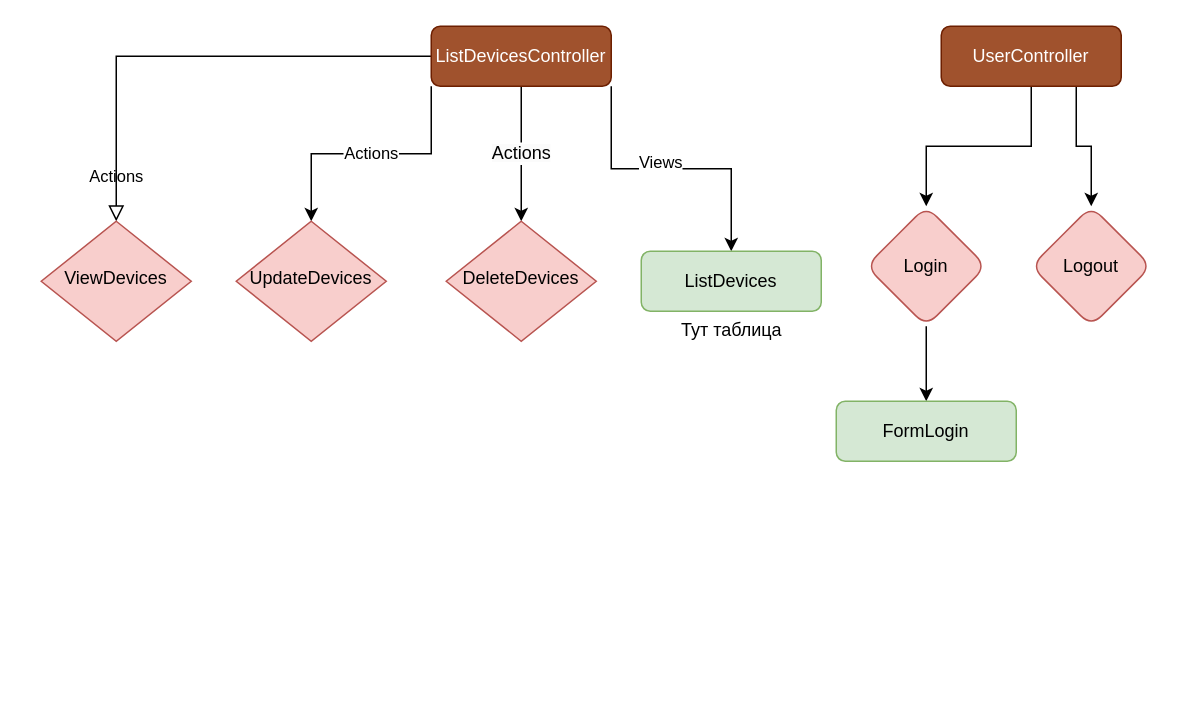
Before: Диаграмма без названия.drawio in MaximkaKrav/Yii-app, a draw.io diagram. Source tidied: cells renumbered, new cells numbered last; positions are measured from the earlier drawing's top-left corner, leaving out a move shared by most shapes. Both pictures are drawn from the tidied source at 150%, with x=0, y=0 at pixel (40, 26).
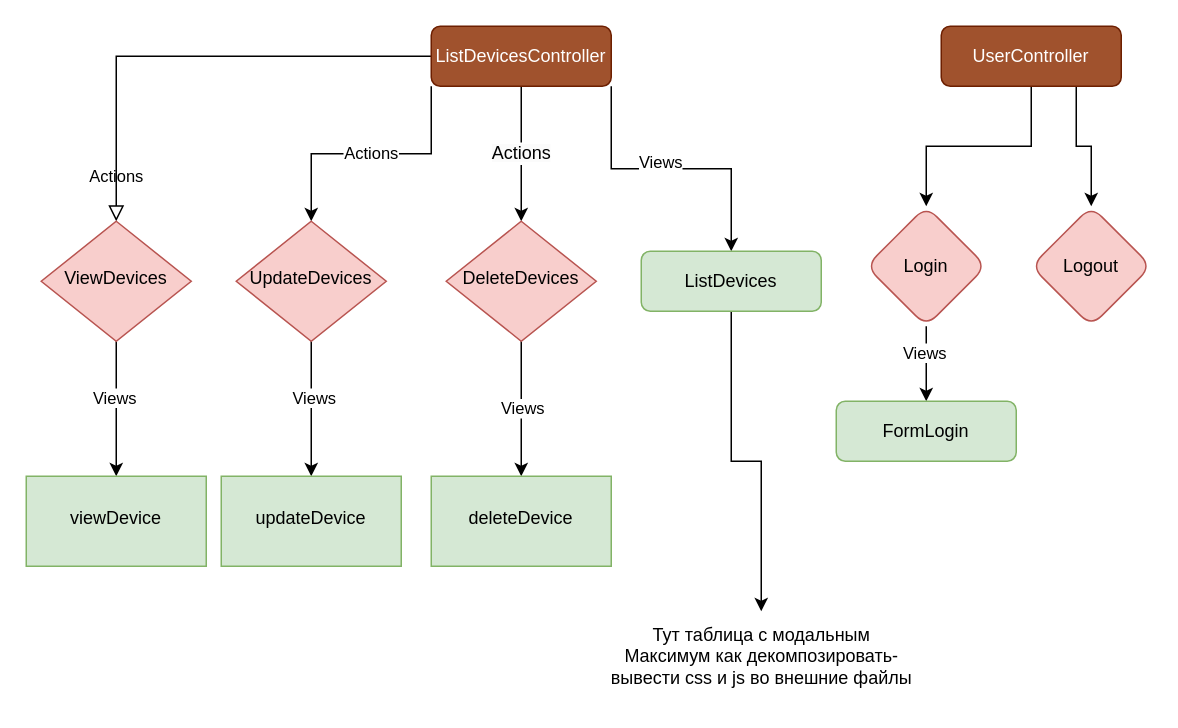
After the change.

Unchanged cells that the change refers to:
```xml
<mxCell id="8" value="ViewDevices" style="rhombus;whiteSpace=wrap;html=1;shadow=0;fontFamily=Helvetica;fontSize=12;align=center;strokeWidth=1;spacing=6;spacingTop=-4;fillColor=#f8cecc;strokeColor=#b85450;" parent="1" vertex="1">
  <mxGeometry y="130" width="100" height="80" as="geometry" />
</mxCell>
<mxCell id="9" value="ListDevices" style="rounded=1;whiteSpace=wrap;html=1;fontSize=12;glass=0;strokeWidth=1;shadow=0;fillColor=#d5e8d4;strokeColor=#82b366;" parent="1" vertex="1">
  <mxGeometry x="400" y="150" width="120" height="40" as="geometry" />
</mxCell>
<mxCell id="10" value="UpdateDevices" style="rhombus;whiteSpace=wrap;html=1;shadow=0;fontFamily=Helvetica;fontSize=12;align=center;strokeWidth=1;spacing=6;spacingTop=-4;fillColor=#f8cecc;strokeColor=#b85450;" parent="1" vertex="1">
  <mxGeometry x="130" y="130" width="100" height="80" as="geometry" />
</mxCell>
<mxCell id="11" value="DeleteDevices" style="rhombus;whiteSpace=wrap;html=1;shadow=0;fontFamily=Helvetica;fontSize=12;align=center;strokeWidth=1;spacing=6;spacingTop=-4;fillColor=#f8cecc;strokeColor=#b85450;" parent="1" vertex="1">
  <mxGeometry x="270" y="130" width="100" height="80" as="geometry" />
</mxCell>
<mxCell id="16" style="edgeStyle=orthogonalEdgeStyle;rounded=0;jettySize=auto;html=1;" parent="1" edge="1" source="17" target="19">
  <mxGeometry relative="1" as="geometry" />
</mxCell>
```

Change to the diagram source:
```diff
@@
+    <mxCell id="20" style="edgeStyle=orthogonalEdgeStyle;rounded=0;jettySize=auto;html=1;" parent="1" edge="1" source="8" target="27">
+      <mxGeometry relative="1" as="geometry" />
+    </mxCell>
+    <mxCell id="21" value="Views" style="edgeLabel;html=1;align=center;verticalAlign=middle;" parent="20" vertex="1">
+      <mxGeometry x="-0.18" y="-2" relative="1" as="geometry" />
+    </mxCell>
@@
+    <mxCell id="22" style="edgeStyle=orthogonalEdgeStyle;rounded=0;jettySize=auto;html=1;exitX=0.5;exitY=1;exitDx=0;exitDy=0;" parent="1" edge="1" source="9" target="12">
+      <mxGeometry relative="1" as="geometry" />
+    </mxCell>
@@
+    <mxCell id="23" style="edgeStyle=orthogonalEdgeStyle;rounded=0;jettySize=auto;html=1;" parent="1" edge="1" source="10" target="28">
+      <mxGeometry relative="1" as="geometry" />
+    </mxCell>
+    <mxCell id="24" value="Views" style="edgeLabel;html=1;align=center;verticalAlign=middle;" parent="23" vertex="1">
+      <mxGeometry x="-0.18" y="1" relative="1" as="geometry" />
+    </mxCell>
@@
+    <mxCell id="25" style="edgeStyle=orthogonalEdgeStyle;rounded=0;jettySize=auto;html=1;" parent="1" edge="1" source="11" target="29">
+      <mxGeometry relative="1" as="geometry" />
+    </mxCell>
@@
-    <mxCell id="12" value="Тут таблица&lt;br&gt;" style="text;html=1;align=center;verticalAlign=middle;points=[];strokeColor=none;fillColor=none;" parent="1" vertex="1">
-      <mxGeometry x="415" y="188" width="90" height="30" as="geometry" />
+    <mxCell id="12" value="Тут таблица c модальным&lt;br&gt;Максимум как декомпозировать-&lt;br&gt;вывести css и js во внешние файлы" style="text;html=1;align=center;verticalAlign=middle;points=[];strokeColor=none;fillColor=none;" parent="1" vertex="1">
+      <mxGeometry x="370" y="390" width="220" height="60" as="geometry" />
     </mxCell>
@@
+    <mxCell id="26" value="Views" style="edgeLabel;html=1;align=center;verticalAlign=middle;" parent="16" vertex="1">
+      <mxGeometry x="-0.32" y="-2" relative="1" as="geometry" />
+    </mxCell>
@@
+    <mxCell id="27" value="viewDevice" style="whiteSpace=wrap;html=1;fillColor=#d5e8d4;strokeColor=#82b366;shadow=0;strokeWidth=1;spacing=6;spacingTop=-4;" parent="1" vertex="1">
+      <mxGeometry x="-10" y="300" width="120" height="60" as="geometry" />
+    </mxCell>
+    <mxCell id="28" value="updateDevice" style="whiteSpace=wrap;html=1;fillColor=#d5e8d4;strokeColor=#82b366;shadow=0;strokeWidth=1;spacing=6;spacingTop=-4;" parent="1" vertex="1">
+      <mxGeometry x="120" y="300" width="120" height="60" as="geometry" />
+    </mxCell>
+    <mxCell id="29" value="deleteDevice" style="whiteSpace=wrap;html=1;fillColor=#d5e8d4;strokeColor=#82b366;shadow=0;strokeWidth=1;spacing=6;spacingTop=-4;" parent="1" vertex="1">
+      <mxGeometry x="260" y="300" width="120" height="60" as="geometry" />
+    </mxCell>
+    <mxCell id="30" value="Views&lt;br&gt;" style="edgeLabel;html=1;align=center;verticalAlign=middle;" parent="1" vertex="1">
+      <mxGeometry x="330" y="260" as="geometry">
+        <mxPoint x="-10" y="-6" as="offset" />
+      </mxGeometry>
+    </mxCell>
```
